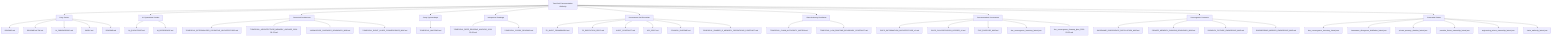
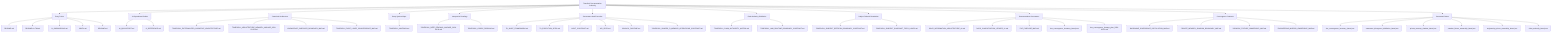
graph TD
    root["ToneSoul Documentation Authority"]
    root --> entrypoints["Entry Points"]
    entrypoints --> entrypoints_1["README.md"]
    entrypoints --> entrypoints_2["README.zh-TW.md"]
    entrypoints --> entrypoints_3["AI_ONBOARDING.md"]
    entrypoints --> entrypoints_4["INDEX.md"]
    entrypoints --> entrypoints_5["README.md"]
    root --> ai_operational_guides["AI Operational Guides"]
    ai_operational_guides --> ai_operational_guides_1["AI_QUICKSTART.md"]
    ai_operational_guides --> ai_operational_guides_2["AI_REFERENCE.md"]
    root --> canonical_architecture["Canonical Architecture"]
    canonical_architecture --> canonical_architecture_1["TONESOUL_EXTERNALIZED_COGNITIVE_ARCHITECTURE.md"]
    canonical_architecture --> canonical_architecture_2["TONESOUL_ARCHITECTURE_MEMORY_ANCHOR_2026-03-22.md"]
    canonical_architecture --> canonical_architecture_3["KNOWLEDGE_SURFACES_BOUNDARY_MAP.md"]
    canonical_architecture --> canonical_architecture_4["TONESOUL_EIGHT_LAYER_CONVERGENCE_MAP.md"]
    root --> deep_system_maps["Deep System Maps"]
    deep_system_maps --> deep_system_maps_1["TONESOUL_ANATOMY.md"]
    root --> interpretive_readings["Interpretive Readings"]
    interpretive_readings --> interpretive_readings_1["TONESOUL_DEEP_READING_ANCHOR_2026-03-26.md"]
    interpretive_readings --> interpretive_readings_2["TONESOUL_CODEX_READING.md"]
    root --> governance_execution["Governance And Execution"]
    governance_execution --> governance_execution_1["7D_AUDIT_FRAMEWORK.md"]
    governance_execution --> governance_execution_2["7D_EXECUTION_SPEC.md"]
    governance_execution --> governance_execution_3["AUDIT_CONTRACT.md"]
    governance_execution --> governance_execution_4["API_SPEC.md"]
    governance_execution --> governance_execution_5["COUNCIL_RUNTIME.md"]
    governance_execution --> governance_execution_6["TONESOUL_SHARED_R_MEMORY_OPERATIONS_CONTRACT.md"]
    root --> claim_authority_distillation["Claim Authority Distillation"]
    claim_authority_distillation --> claim_authority_distillation_1["TONESOUL_CLAIM_AUTHORITY_MATRIX.md"]
    claim_authority_distillation --> claim_authority_distillation_2["TONESOUL_LAW_RUNTIME_BOUNDARY_CONTRACT.md"]
+     root --> subject_refresh_boundaries["Subject Refresh Boundaries"]
+     subject_refresh_boundaries --> subject_refresh_boundaries_1["TONESOUL_SUBJECT_REFRESH_BOUNDARY_CONTRACT.md"]
+     subject_refresh_boundaries --> subject_refresh_boundaries_2["TONESOUL_SUBJECT_SNAPSHOT_FIELD_LANES.md"]
    root --> doc_governance["Documentation Governance"]
    doc_governance --> doc_governance_1["DOCS_INFORMATION_ARCHITECTURE_v1.md"]
    doc_governance --> doc_governance_2["DOCS_CLASSIFICATION_LEDGER_v1.md"]
    doc_governance --> doc_governance_3["FILE_PURPOSE_MAP.md"]
    doc_governance --> doc_governance_4["doc_convergence_inventory_latest.json"]
    doc_governance --> doc_governance_5["doc_convergence_cleanup_plan_2026-03-22.md"]
    root --> convergence_contracts["Convergence Contracts"]
    convergence_contracts --> convergence_contracts_1["BASENAME_DIVERGENCE_DISTILLATION_MAP.md"]
    convergence_contracts --> convergence_contracts_2["PRIVATE_MEMORY_SHADOW_BOUNDARY_MAP.md"]
    convergence_contracts --> convergence_contracts_3["PARADOX_FIXTURE_OWNERSHIP_MAP.md"]
    convergence_contracts --> convergence_contracts_4["ENGINEERING_MIRROR_OWNERSHIP_MAP.md"]
    root --> generated_status["Generated Status"]
    generated_status --> generated_status_1["doc_convergence_inventory_latest.json"]
    generated_status --> generated_status_2["basename_divergence_distillation_latest.json"]
    generated_status --> generated_status_3["private_memory_shadow_latest.json"]
    generated_status --> generated_status_4["paradox_fixture_ownership_latest.json"]
    generated_status --> generated_status_5["engineering_mirror_ownership_latest.json"]
    generated_status --> generated_status_6["claim_authority_latest.json"]
